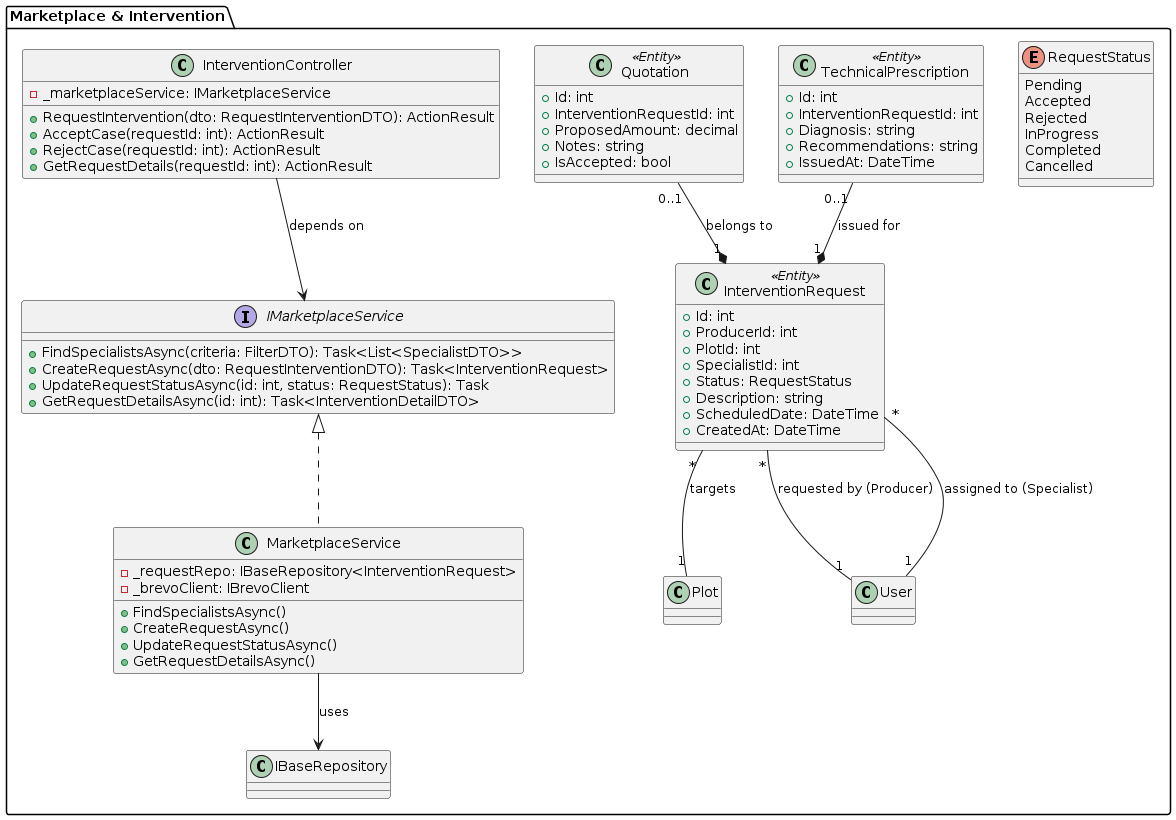
Before: report/assets/class-diagrams/marketplace-and-intervention-component-diagram.png, a diagram exported from PlantUML (upc-pre-1asi0729-11848-arcadiadevs/viora-report).
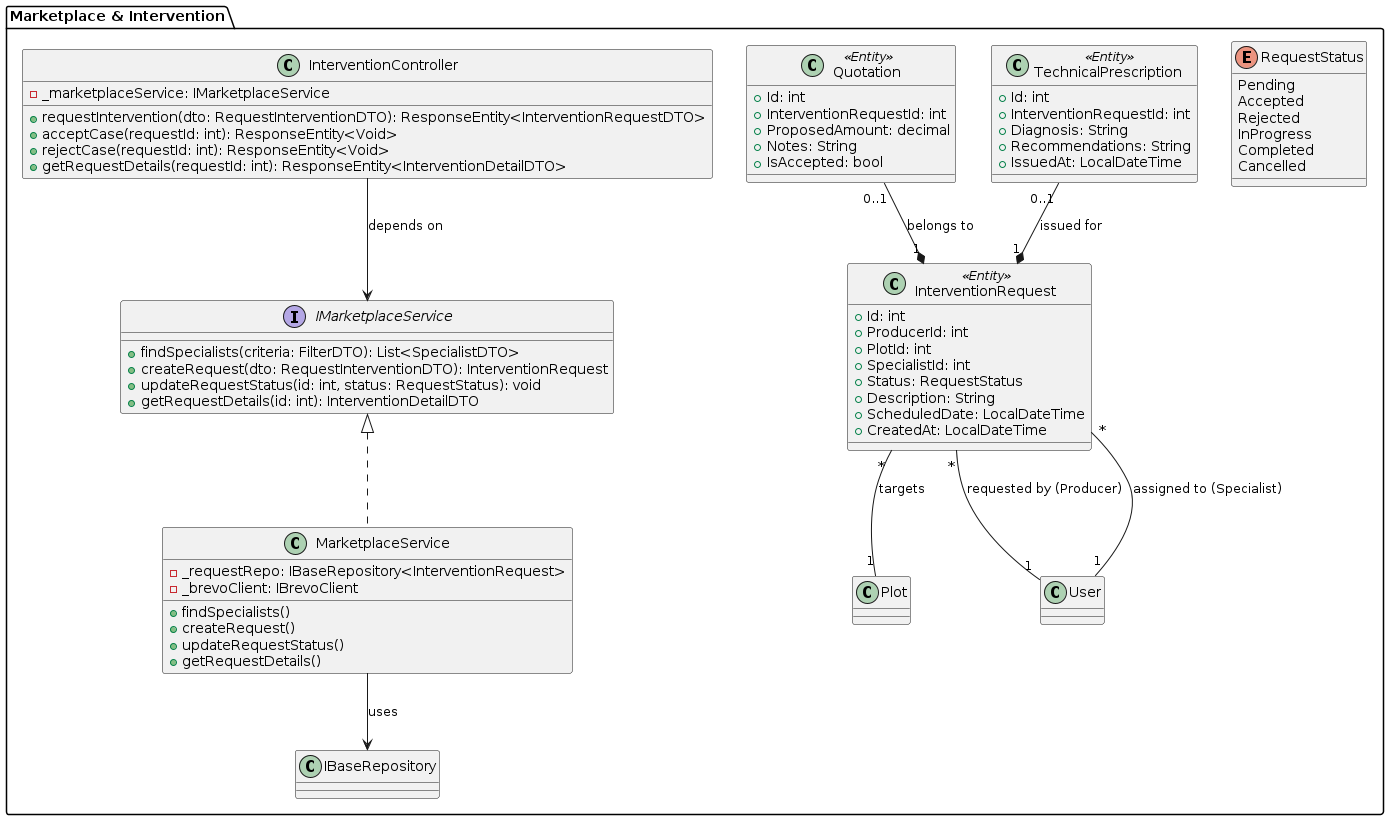
After the change.

Diff of the diagram source:
```diff
@@ -2,26 +2,26 @@
 package "Marketplace & Intervention" {
     class InterventionController {
         - _marketplaceService: IMarketplaceService
-        + RequestIntervention(dto: RequestInterventionDTO): ActionResult
-        + AcceptCase(requestId: int): ActionResult
-        + RejectCase(requestId: int): ActionResult
-        + GetRequestDetails(requestId: int): ActionResult
+        + requestIntervention(dto: RequestInterventionDTO): ResponseEntity<InterventionRequestDTO>
+        + acceptCase(requestId: int): ResponseEntity<Void>
+        + rejectCase(requestId: int): ResponseEntity<Void>
+        + getRequestDetails(requestId: int): ResponseEntity<InterventionDetailDTO>
     }
 
     interface IMarketplaceService {
-        + FindSpecialistsAsync(criteria: FilterDTO): Task<List<SpecialistDTO>>
-        + CreateRequestAsync(dto: RequestInterventionDTO): Task<InterventionRequest>
-        + UpdateRequestStatusAsync(id: int, status: RequestStatus): Task
-        + GetRequestDetailsAsync(id: int): Task<InterventionDetailDTO>
+        + findSpecialists(criteria: FilterDTO): List<SpecialistDTO>
+        + createRequest(dto: RequestInterventionDTO): InterventionRequest
+        + updateRequestStatus(id: int, status: RequestStatus): void
+        + getRequestDetails(id: int): InterventionDetailDTO
     }
 
     class MarketplaceService {
         - _requestRepo: IBaseRepository<InterventionRequest>
         - _brevoClient: IBrevoClient
-        + FindSpecialistsAsync()
-        + CreateRequestAsync()
-        + UpdateRequestStatusAsync()
-        + GetRequestDetailsAsync()
+        + findSpecialists()
+        + createRequest()
+        + updateRequestStatus()
+        + getRequestDetails()
     }
 
     class InterventionRequest <<Entity>> {
@@ -30,25 +30,25 @@
         + PlotId: int
         + SpecialistId: int
         + Status: RequestStatus
-        + Description: string
-        + ScheduledDate: DateTime
-        + CreatedAt: DateTime
+        + Description: String
+        + ScheduledDate: LocalDateTime
+        + CreatedAt: LocalDateTime
     }
 
     class Quotation <<Entity>> {
         + Id: int
         + InterventionRequestId: int
         + ProposedAmount: decimal
-        + Notes: string
+        + Notes: String
         + IsAccepted: bool
     }
 
     class TechnicalPrescription <<Entity>> {
         + Id: int
         + InterventionRequestId: int
-        + Diagnosis: string
-        + Recommendations: string
-        + IssuedAt: DateTime
+        + Diagnosis: String
+        + Recommendations: String
+        + IssuedAt: LocalDateTime
     }
 
     enum RequestStatus {
```
